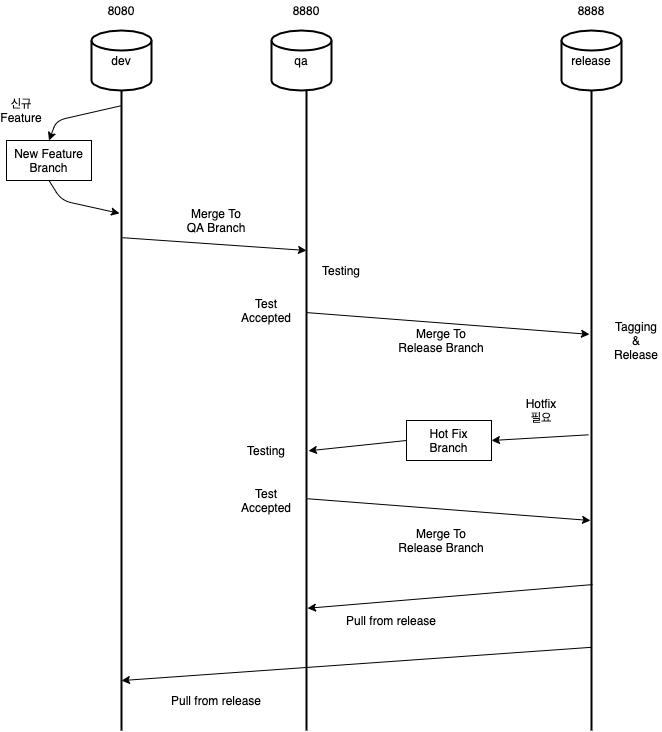
The draw.io diagram Git Flow.png in yoowonyoung/intellij, before a commit. Source tidied: cells renumbered, new cells last; positions are measured from the earlier drawing's top-left corner, leaving out a move shared by most shapes.
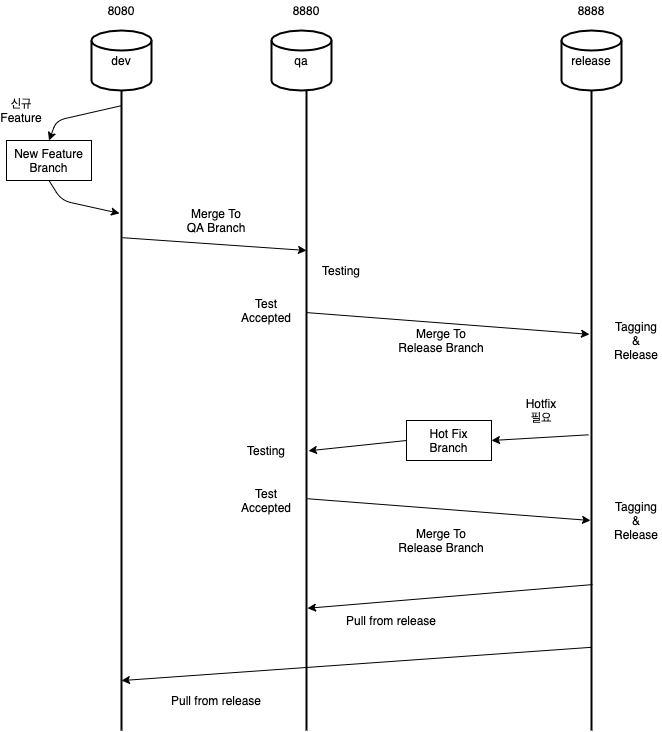
Above is the later version.

The edit, as a diff of the source:
```diff
@@ -109,5 +109,8 @@
     <mxCell id="33" value="Merge To&lt;br&gt;Release Branch" style="text;html=1;strokeColor=none;fillColor=none;align=center;verticalAlign=middle;whiteSpace=wrap;rounded=0;" parent="1" vertex="1">
       <mxGeometry x="390" y="530" width="100" height="20" as="geometry" />
     </mxCell>
+    <mxCell id="34" value="Tagging &amp;amp; Release" style="text;html=1;strokeColor=none;fillColor=none;align=center;verticalAlign=middle;whiteSpace=wrap;rounded=0;" parent="1" vertex="1">
+      <mxGeometry x="610" y="510" width="50" height="20" as="geometry" />
+    </mxCell>
   </root>
 </mxGraphModel>
```
